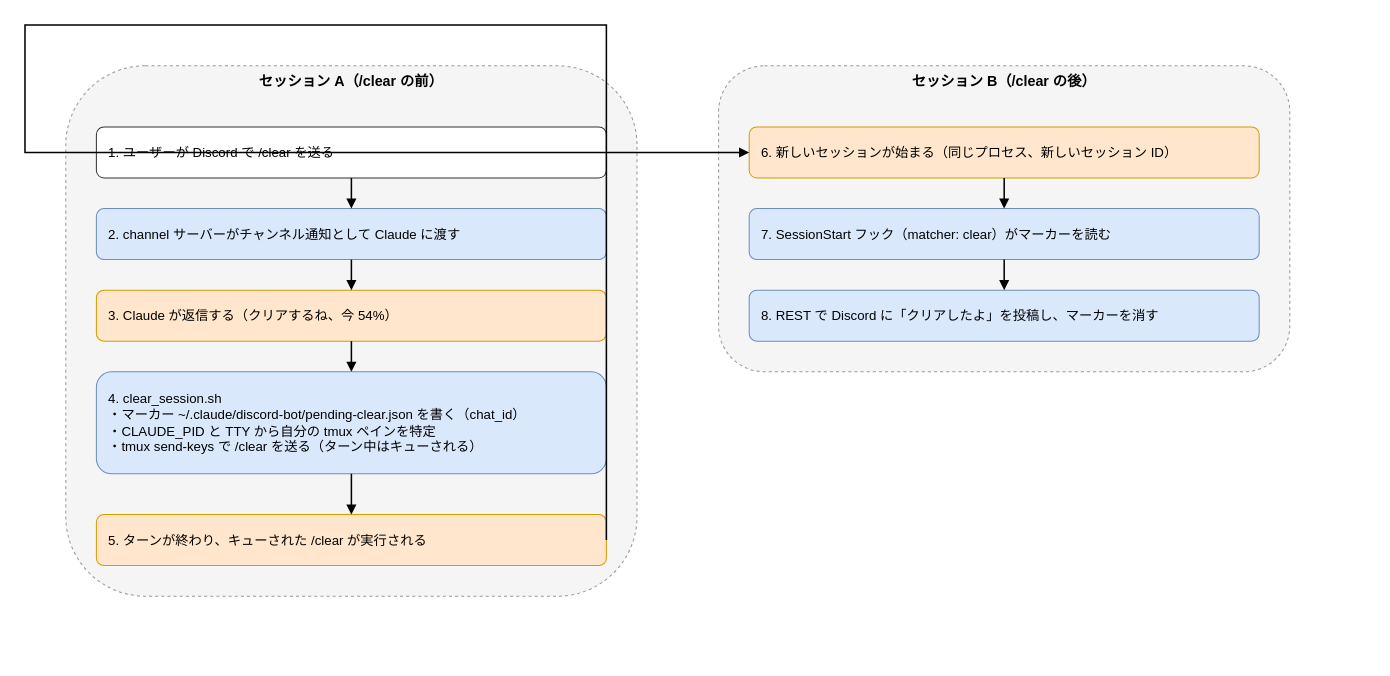
Above: docs/diagrams/clear-flow.drawio in ryuki-imachi/claude-code-discord-bot (draw.io), before the change. Source tidied: cells renumbered, new cells numbered last; positions are measured from the earlier drawing's top-left corner, leaving out a move shared by most shapes. Both pictures are drawn from the tidied source at 102%, with x=0, y=0 at pixel (24, 24).
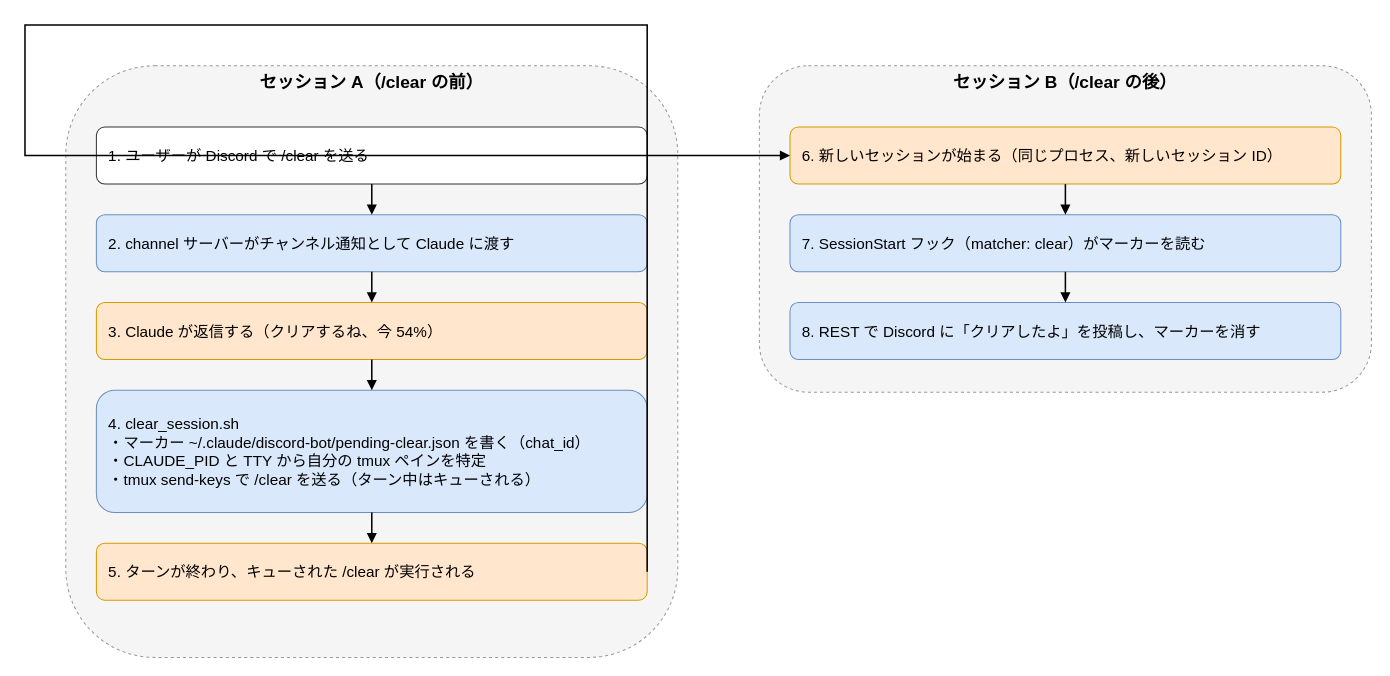
Above is the later version.

What changed in the source:
```diff
@@
-    <mxCell id="2" value="セッション A（/clear の前）" style="rounded=1;whiteSpace=wrap;html=1;fillColor=#F5F5F5;strokeColor=#999999;dashed=1;verticalAlign=top;fontStyle=1;fontSize=14;" parent="1" vertex="1">
-      <mxGeometry x="40" y="40" width="560" height="520" as="geometry" />
+    <mxCell id="2" value="セッション A（/clear の前）" style="rounded=1;whiteSpace=wrap;html=1;fillColor=#F5F5F5;strokeColor=#999999;dashed=1;verticalAlign=top;fontStyle=1;fontSize=17;" parent="1" vertex="1">
+      <mxGeometry x="40" y="40" width="600" height="580" as="geometry" />
     </mxCell>
-    <mxCell id="3" value="セッション B（/clear の後）" style="rounded=1;whiteSpace=wrap;html=1;fillColor=#F5F5F5;strokeColor=#999999;dashed=1;verticalAlign=top;fontStyle=1;fontSize=14;" parent="1" vertex="1">
-      <mxGeometry x="680" y="40" width="560" height="300" as="geometry" />
+    <mxCell id="3" value="セッション B（/clear の後）" style="rounded=1;whiteSpace=wrap;html=1;fillColor=#F5F5F5;strokeColor=#999999;dashed=1;verticalAlign=top;fontStyle=1;fontSize=17;" parent="1" vertex="1">
+      <mxGeometry x="720" y="40" width="600" height="320" as="geometry" />
     </mxCell>
-    <mxCell id="4" value="1. ユーザーが Discord で /clear を送る" style="rounded=1;whiteSpace=wrap;html=1;fillColor=#FFFFFF;strokeColor=#333333;fontSize=13;align=left;spacingLeft=10;" parent="2" vertex="1">
-      <mxGeometry x="30" y="60" width="500" height="50" as="geometry" />
+    <mxCell id="4" value="1. ユーザーが Discord で /clear を送る" style="rounded=1;whiteSpace=wrap;html=1;fillColor=#FFFFFF;strokeColor=#333333;fontSize=15;align=left;spacingLeft=10;" parent="2" vertex="1">
+      <mxGeometry x="30" y="60" width="540" height="56" as="geometry" />
     </mxCell>
-    <mxCell id="5" value="2. channel サーバーがチャンネル通知として Claude に渡す" style="rounded=1;whiteSpace=wrap;html=1;fillColor=#DAE8FC;strokeColor=#6C8EBF;fontSize=13;align=left;spacingLeft=10;" parent="2" vertex="1">
-      <mxGeometry x="30" y="140" width="500" height="50" as="geometry" />
+    <mxCell id="5" value="2. channel サーバーがチャンネル通知として Claude に渡す" style="rounded=1;whiteSpace=wrap;html=1;fillColor=#DAE8FC;strokeColor=#6C8EBF;fontSize=15;align=left;spacingLeft=10;" parent="2" vertex="1">
+      <mxGeometry x="30" y="146" width="540" height="56" as="geometry" />
     </mxCell>
-    <mxCell id="6" value="3. Claude が返信する（クリアするね、今 54%）" style="rounded=1;whiteSpace=wrap;html=1;fillColor=#FFE6CC;strokeColor=#D79B00;fontSize=13;align=left;spacingLeft=10;" parent="2" vertex="1">
-      <mxGeometry x="30" y="220" width="500" height="50" as="geometry" />
+    <mxCell id="6" value="3. Claude が返信する（クリアするね、今 54%）" style="rounded=1;whiteSpace=wrap;html=1;fillColor=#FFE6CC;strokeColor=#D79B00;fontSize=15;align=left;spacingLeft=10;" parent="2" vertex="1">
+      <mxGeometry x="30" y="232" width="540" height="56" as="geometry" />
     </mxCell>
-    <mxCell id="7" value="4. clear_session.sh&lt;br&gt;・マーカー ~/.claude/discord-bot/pending-clear.json を書く（chat_id）&lt;br&gt;・CLAUDE_PID と TTY から自分の tmux ペインを特定&lt;br&gt;・tmux send-keys で /clear を送る（ターン中はキューされる）" style="rounded=1;whiteSpace=wrap;html=1;fillColor=#DAE8FC;strokeColor=#6C8EBF;fontSize=13;align=left;spacingLeft=10;" parent="2" vertex="1">
-      <mxGeometry x="30" y="300" width="500" height="100" as="geometry" />
+    <mxCell id="7" value="4. clear_session.sh&lt;br&gt;・マーカー ~/.claude/discord-bot/pending-clear.json を書く（chat_id）&lt;br&gt;・CLAUDE_PID と TTY から自分の tmux ペインを特定&lt;br&gt;・tmux send-keys で /clear を送る（ターン中はキューされる）" style="rounded=1;whiteSpace=wrap;html=1;fillColor=#DAE8FC;strokeColor=#6C8EBF;fontSize=15;align=left;spacingLeft=10;" parent="2" vertex="1">
+      <mxGeometry x="30" y="318" width="540" height="120" as="geometry" />
     </mxCell>
-    <mxCell id="8" value="5. ターンが終わり、キューされた /clear が実行される" style="rounded=1;whiteSpace=wrap;html=1;fillColor=#FFE6CC;strokeColor=#D79B00;fontSize=13;align=left;spacingLeft=10;" parent="2" vertex="1">
-      <mxGeometry x="30" y="440" width="500" height="50" as="geometry" />
+    <mxCell id="8" value="5. ターンが終わり、キューされた /clear が実行される" style="rounded=1;whiteSpace=wrap;html=1;fillColor=#FFE6CC;strokeColor=#D79B00;fontSize=15;align=left;spacingLeft=10;" parent="2" vertex="1">
+      <mxGeometry x="30" y="468" width="540" height="56" as="geometry" />
     </mxCell>
-    <mxCell id="9" value="6. 新しいセッションが始まる（同じプロセス、新しいセッション ID）" style="rounded=1;whiteSpace=wrap;html=1;fillColor=#FFE6CC;strokeColor=#D79B00;fontSize=13;align=left;spacingLeft=10;" parent="3" vertex="1">
-      <mxGeometry x="30" y="60" width="500" height="50" as="geometry" />
+    <mxCell id="9" value="6. 新しいセッションが始まる（同じプロセス、新しいセッション ID）" style="rounded=1;whiteSpace=wrap;html=1;fillColor=#FFE6CC;strokeColor=#D79B00;fontSize=15;align=left;spacingLeft=10;" parent="3" vertex="1">
+      <mxGeometry x="30" y="60" width="540" height="56" as="geometry" />
     </mxCell>
-    <mxCell id="10" value="7. SessionStart フック（matcher: clear）がマーカーを読む" style="rounded=1;whiteSpace=wrap;html=1;fillColor=#DAE8FC;strokeColor=#6C8EBF;fontSize=13;align=left;spacingLeft=10;" parent="3" vertex="1">
-      <mxGeometry x="30" y="140" width="500" height="50" as="geometry" />
+    <mxCell id="10" value="7. SessionStart フック（matcher: clear）がマーカーを読む" style="rounded=1;whiteSpace=wrap;html=1;fillColor=#DAE8FC;strokeColor=#6C8EBF;fontSize=15;align=left;spacingLeft=10;" parent="3" vertex="1">
+      <mxGeometry x="30" y="146" width="540" height="56" as="geometry" />
     </mxCell>
-    <mxCell id="11" value="8. REST で Discord に「クリアしたよ」を投稿し、マーカーを消す" style="rounded=1;whiteSpace=wrap;html=1;fillColor=#DAE8FC;strokeColor=#6C8EBF;fontSize=13;align=left;spacingLeft=10;" parent="3" vertex="1">
-      <mxGeometry x="30" y="220" width="500" height="50" as="geometry" />
+    <mxCell id="11" value="8. REST で Discord に「クリアしたよ」を投稿し、マーカーを消す" style="rounded=1;whiteSpace=wrap;html=1;fillColor=#DAE8FC;strokeColor=#6C8EBF;fontSize=15;align=left;spacingLeft=10;" parent="3" vertex="1">
+      <mxGeometry x="30" y="232" width="540" height="56" as="geometry" />
     </mxCell>
-    <mxCell id="12" style="edgeStyle=orthogonalEdgeStyle;rounded=0;html=1;fontSize=12;endArrow=block;endFill=1;strokeWidth=1.5;" parent="1" edge="1" source="4" target="5">
+    <mxCell id="12" style="edgeStyle=orthogonalEdgeStyle;rounded=0;html=1;fontSize=14;endArrow=block;endFill=1;strokeWidth=1.5;" parent="1" edge="1" source="4" target="5">
       <mxGeometry relative="1" as="geometry" />
     </mxCell>
-    <mxCell id="13" style="edgeStyle=orthogonalEdgeStyle;rounded=0;html=1;fontSize=12;endArrow=block;endFill=1;strokeWidth=1.5;" parent="1" edge="1" source="5" target="6">
+    <mxCell id="13" style="edgeStyle=orthogonalEdgeStyle;rounded=0;html=1;fontSize=14;endArrow=block;endFill=1;strokeWidth=1.5;" parent="1" edge="1" source="5" target="6">
       <mxGeometry relative="1" as="geometry" />
     </mxCell>
-    <mxCell id="14" style="edgeStyle=orthogonalEdgeStyle;rounded=0;html=1;fontSize=12;endArrow=block;endFill=1;strokeWidth=1.5;" parent="1" edge="1" source="6" target="7">
+    <mxCell id="14" style="edgeStyle=orthogonalEdgeStyle;rounded=0;html=1;fontSize=14;endArrow=block;endFill=1;strokeWidth=1.5;" parent="1" edge="1" source="6" target="7">
       <mxGeometry relative="1" as="geometry" />
     </mxCell>
-    <mxCell id="15" style="edgeStyle=orthogonalEdgeStyle;rounded=0;html=1;fontSize=12;endArrow=block;endFill=1;strokeWidth=1.5;" parent="1" edge="1" source="7" target="8">
+    <mxCell id="15" style="edgeStyle=orthogonalEdgeStyle;rounded=0;html=1;fontSize=14;endArrow=block;endFill=1;strokeWidth=1.5;" parent="1" edge="1" source="7" target="8">
       <mxGeometry relative="1" as="geometry" />
     </mxCell>
-    <mxCell id="16" style="edgeStyle=orthogonalEdgeStyle;rounded=0;html=1;fontSize=12;endArrow=block;endFill=1;strokeWidth=1.5;exitX=1;exitY=0.5;entryX=0;entryY=0.5;" parent="1" edge="1" source="8" target="9">
+    <mxCell id="16" style="edgeStyle=orthogonalEdgeStyle;rounded=0;html=1;fontSize=14;endArrow=block;endFill=1;strokeWidth=1.5;exitX=1;exitY=0.5;entryX=0;entryY=0.5;" parent="1" edge="1" source="8" target="9">
       <mxGeometry relative="1" as="geometry">
         <Array as="points">
           <mxPoint />
         </Array>
       </mxGeometry>
     </mxCell>
-    <mxCell id="17" style="edgeStyle=orthogonalEdgeStyle;rounded=0;html=1;fontSize=12;endArrow=block;endFill=1;strokeWidth=1.5;" parent="1" edge="1" source="9" target="10">
+    <mxCell id="17" style="edgeStyle=orthogonalEdgeStyle;rounded=0;html=1;fontSize=14;endArrow=block;endFill=1;strokeWidth=1.5;" parent="1" edge="1" source="9" target="10">
       <mxGeometry relative="1" as="geometry" />
     </mxCell>
-    <mxCell id="18" style="edgeStyle=orthogonalEdgeStyle;rounded=0;html=1;fontSize=12;endArrow=block;endFill=1;strokeWidth=1.5;" parent="1" edge="1" source="10" target="11">
+    <mxCell id="18" style="edgeStyle=orthogonalEdgeStyle;rounded=0;html=1;fontSize=14;endArrow=block;endFill=1;strokeWidth=1.5;" parent="1" edge="1" source="10" target="11">
       <mxGeometry relative="1" as="geometry" />
     </mxCell>
```
